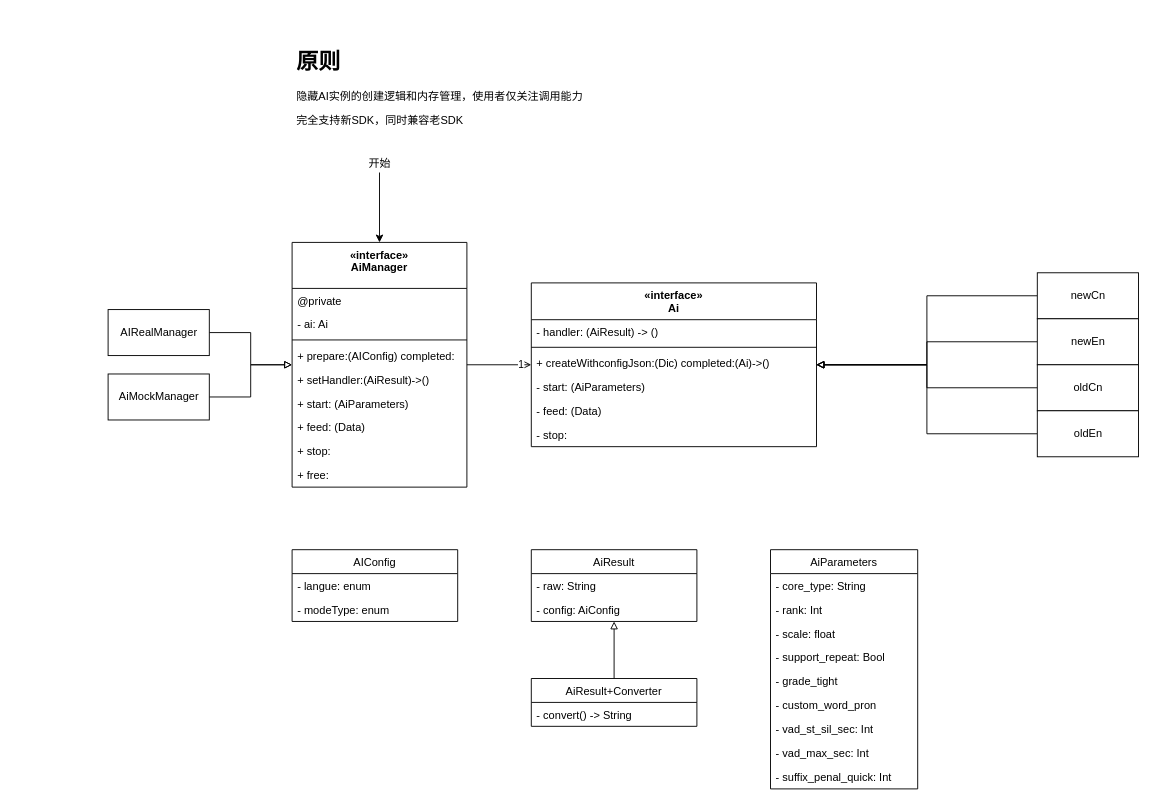
cszwdy/Algorithms keeps this draw.io diagram as AiClass.drawio. Above is the earlier version. Source tidied: cells renumbered, new cells numbered last; positions are measured from the earlier drawing's top-left corner, leaving out a move shared by most shapes. Both pictures are drawn from the tidied source at 92%, with x=0, y=0 at pixel (108, 43).
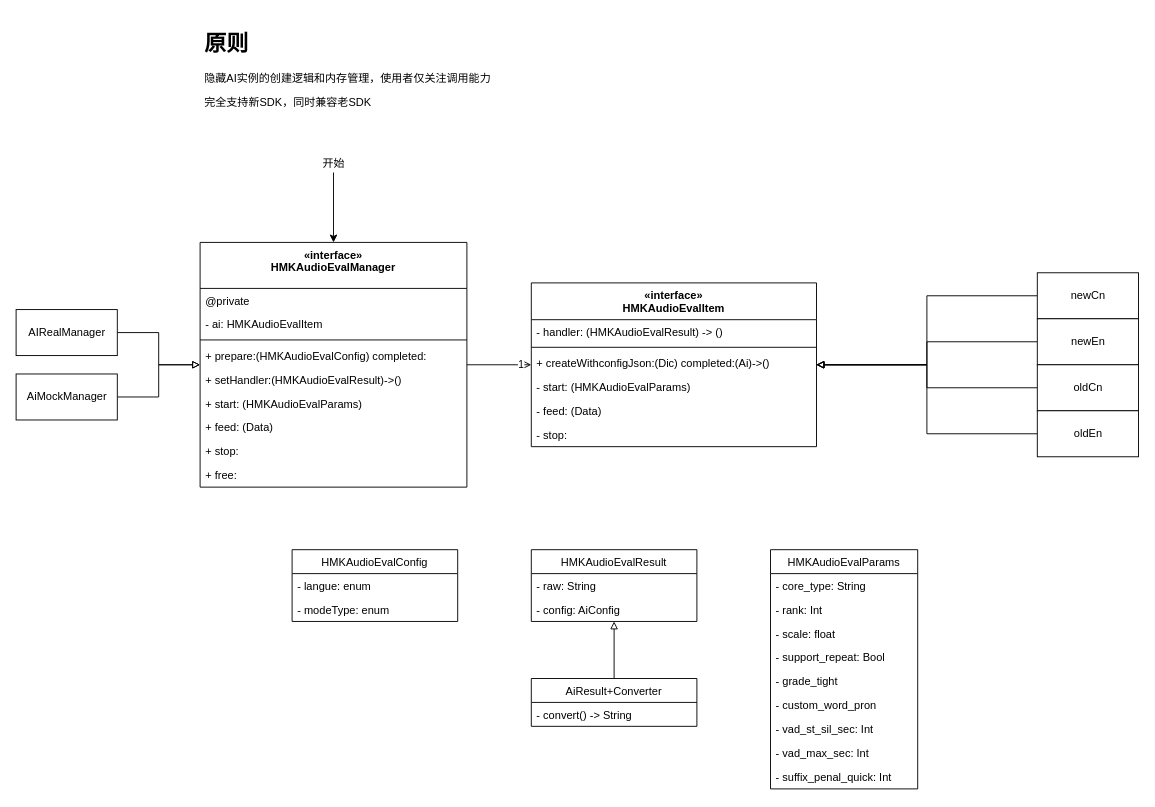
The same page after the edit.

The edit, as a diff of the source:
```diff
@@
     <mxCell id="3" value="AiMockManager" style="html=1;shadow=0;" parent="1" vertex="1">
-      <mxGeometry y="359" width="110" height="50" as="geometry" />
+      <mxGeometry x="-100" y="359" width="110" height="50" as="geometry" />
     </mxCell>
@@
     <mxCell id="5" value="AIRealManager" style="html=1;shadow=0;" parent="1" vertex="1">
-      <mxGeometry y="289" width="110" height="50" as="geometry" />
+      <mxGeometry x="-100" y="289" width="110" height="50" as="geometry" />
     </mxCell>
     <mxCell id="6" value="&lt;h1&gt;原则&lt;/h1&gt;&lt;p&gt;隐藏AI实例的创建逻辑和内存管理，使用者仅关注调用能力&lt;/p&gt;&lt;p&gt;完全支持新SDK，同时兼容老SDK&lt;/p&gt;" style="text;html=1;strokeColor=none;fillColor=none;spacing=5;spacingTop=-20;whiteSpace=wrap;overflow=hidden;rounded=0;shadow=0;" parent="1" vertex="1">
-      <mxGeometry x="200" width="360" height="100" as="geometry" />
+      <mxGeometry x="100" y="-20" width="360" height="100" as="geometry" />
     </mxCell>
@@
-    <mxCell id="17" value="«interface»&#10;AiManager" style="swimlane;fontStyle=1;align=center;verticalAlign=top;horizontal=1;startSize=50;" parent="1" vertex="1">
-      <mxGeometry x="200" y="216" width="190" height="266" as="geometry" />
+    <mxCell id="17" value="«interface»&#10;HMKAudioEvalManager" style="swimlane;fontStyle=1;align=center;verticalAlign=top;horizontal=1;startSize=50;" parent="1" vertex="1">
+      <mxGeometry x="100" y="216" width="290" height="266" as="geometry" />
     </mxCell>
     <mxCell id="18" value="@private" style="text;strokeColor=none;fillColor=none;align=left;verticalAlign=top;spacingLeft=4;spacingRight=4;overflow=hidden;" parent="17" vertex="1">
-      <mxGeometry y="50" width="190" height="26" as="geometry" />
+      <mxGeometry y="50" width="290" height="26" as="geometry" />
     </mxCell>
-    <mxCell id="19" value="- ai: Ai" style="text;strokeColor=none;fillColor=none;align=left;verticalAlign=top;spacingLeft=4;spacingRight=4;overflow=hidden;" parent="17" vertex="1">
-      <mxGeometry y="76" width="190" height="26" as="geometry" />
+    <mxCell id="19" value="- ai: HMKAudioEvalItem" style="text;strokeColor=none;fillColor=none;align=left;verticalAlign=top;spacingLeft=4;spacingRight=4;overflow=hidden;" parent="17" vertex="1">
+      <mxGeometry y="76" width="290" height="26" as="geometry" />
     </mxCell>
     <mxCell id="20" style="line;strokeWidth=1;fillColor=none;align=left;verticalAlign=middle;spacingTop=-1;spacingLeft=3;spacingRight=3;labelPosition=right;" parent="17" vertex="1">
-      <mxGeometry y="102" width="190" height="8" as="geometry" />
+      <mxGeometry y="102" width="290" height="8" as="geometry" />
     </mxCell>
-    <mxCell id="21" value="+ prepare:(AIConfig) completed:" style="text;strokeColor=none;fillColor=none;align=left;verticalAlign=top;spacingLeft=4;spacingRight=4;overflow=hidden;shadow=0;" parent="17" vertex="1">
-      <mxGeometry y="110" width="190" height="26" as="geometry" />
+    <mxCell id="21" value="+ prepare:(HMKAudioEvalConfig) completed:" style="text;strokeColor=none;fillColor=none;align=left;verticalAlign=top;spacingLeft=4;spacingRight=4;overflow=hidden;shadow=0;" parent="17" vertex="1">
+      <mxGeometry y="110" width="290" height="26" as="geometry" />
     </mxCell>
-    <mxCell id="22" value="+ setHandler:(AiResult)-&gt;()" style="text;strokeColor=none;fillColor=none;align=left;verticalAlign=top;spacingLeft=4;spacingRight=4;overflow=hidden;shadow=0;" parent="17" vertex="1">
-      <mxGeometry y="136" width="190" height="26" as="geometry" />
+    <mxCell id="22" value="+ setHandler:(HMKAudioEvalResult)-&gt;()" style="text;strokeColor=none;fillColor=none;align=left;verticalAlign=top;spacingLeft=4;spacingRight=4;overflow=hidden;shadow=0;" parent="17" vertex="1">
+      <mxGeometry y="136" width="290" height="26" as="geometry" />
     </mxCell>
-    <mxCell id="23" value="+ start: (AiParameters)" style="text;strokeColor=none;fillColor=none;align=left;verticalAlign=top;spacingLeft=4;spacingRight=4;overflow=hidden;shadow=0;" parent="17" vertex="1">
-      <mxGeometry y="162" width="190" height="26" as="geometry" />
+    <mxCell id="23" value="+ start: (HMKAudioEvalParams)" style="text;strokeColor=none;fillColor=none;align=left;verticalAlign=top;spacingLeft=4;spacingRight=4;overflow=hidden;shadow=0;" parent="17" vertex="1">
+      <mxGeometry y="162" width="290" height="26" as="geometry" />
     </mxCell>
     <mxCell id="24" value="+ feed: (Data)" style="text;strokeColor=none;fillColor=none;align=left;verticalAlign=top;spacingLeft=4;spacingRight=4;overflow=hidden;shadow=0;" parent="17" vertex="1">
-      <mxGeometry y="188" width="190" height="26" as="geometry" />
+      <mxGeometry y="188" width="290" height="26" as="geometry" />
     </mxCell>
     <mxCell id="25" value="+ stop: " style="text;strokeColor=none;fillColor=none;align=left;verticalAlign=top;spacingLeft=4;spacingRight=4;overflow=hidden;shadow=0;" parent="17" vertex="1">
-      <mxGeometry y="214" width="190" height="26" as="geometry" />
+      <mxGeometry y="214" width="290" height="26" as="geometry" />
     </mxCell>
     <mxCell id="26" value="+ free: " style="text;strokeColor=none;fillColor=none;align=left;verticalAlign=top;spacingLeft=4;spacingRight=4;overflow=hidden;shadow=0;" parent="17" vertex="1">
-      <mxGeometry y="240" width="190" height="26" as="geometry" />
+      <mxGeometry y="240" width="290" height="26" as="geometry" />
     </mxCell>
-    <mxCell id="27" value="«interface»&#10;Ai" style="swimlane;fontStyle=1;align=center;verticalAlign=top;horizontal=1;startSize=40;shadow=0;" parent="1" vertex="1">
+    <mxCell id="27" value="«interface»&#10;HMKAudioEvalItem" style="swimlane;fontStyle=1;align=center;verticalAlign=top;horizontal=1;startSize=40;shadow=0;" parent="1" vertex="1">
       <mxGeometry x="460" y="260" width="310" height="178" as="geometry" />
     </mxCell>
-    <mxCell id="28" value="- handler: (AiResult) -&gt; ()" style="text;strokeColor=none;fillColor=none;align=left;verticalAlign=top;spacingLeft=4;spacingRight=4;overflow=hidden;" parent="27" vertex="1">
+    <mxCell id="28" value="- handler: (HMKAudioEvalResult) -&gt; ()" style="text;strokeColor=none;fillColor=none;align=left;verticalAlign=top;spacingLeft=4;spacingRight=4;overflow=hidden;" parent="27" vertex="1">
       <mxGeometry y="40" width="310" height="26" as="geometry" />
     </mxCell>
@@
-    <mxCell id="31" value="- start: (AiParameters)" style="text;strokeColor=none;fillColor=none;align=left;verticalAlign=top;spacingLeft=4;spacingRight=4;overflow=hidden;" parent="27" vertex="1">
+    <mxCell id="31" value="- start: (HMKAudioEvalParams)" style="text;strokeColor=none;fillColor=none;align=left;verticalAlign=top;spacingLeft=4;spacingRight=4;overflow=hidden;" parent="27" vertex="1">
       <mxGeometry y="100" width="310" height="26" as="geometry" />
     </mxCell>
@@
-    <mxCell id="34" value="AIConfig" style="swimlane;fontStyle=0;horizontal=1;startSize=26;fillColor=none;shadow=0;" parent="1" vertex="1">
+    <mxCell id="34" value="HMKAudioEvalConfig" style="swimlane;fontStyle=0;horizontal=1;startSize=26;fillColor=none;shadow=0;" parent="1" vertex="1">
       <mxGeometry x="200" y="550" width="180" height="78" as="geometry" />
     </mxCell>
@@
-    <mxCell id="37" value="AiParameters" style="swimlane;fontStyle=0;horizontal=1;startSize=26;fillColor=none;shadow=0;" parent="1" vertex="1">
+    <mxCell id="37" value="HMKAudioEvalParams" style="swimlane;fontStyle=0;horizontal=1;startSize=26;fillColor=none;shadow=0;" parent="1" vertex="1">
       <mxGeometry x="720" y="550" width="160" height="260" as="geometry" />
     </mxCell>
@@
-    <mxCell id="47" value="AiResult" style="swimlane;fontStyle=0;horizontal=1;startSize=26;fillColor=none;shadow=0;" parent="1" vertex="1">
+    <mxCell id="47" value="HMKAudioEvalResult" style="swimlane;fontStyle=0;horizontal=1;startSize=26;fillColor=none;shadow=0;" parent="1" vertex="1">
       <mxGeometry x="460" y="550" width="180" height="78" as="geometry" />
     </mxCell>
@@
     <mxCell id="54" value="开始" style="text;html=1;align=center;verticalAlign=middle;points=[];" parent="1" vertex="1">
-      <mxGeometry x="275" y="120" width="40" height="20" as="geometry" />
+      <mxGeometry x="225" y="120" width="40" height="20" as="geometry" />
     </mxCell>
```
